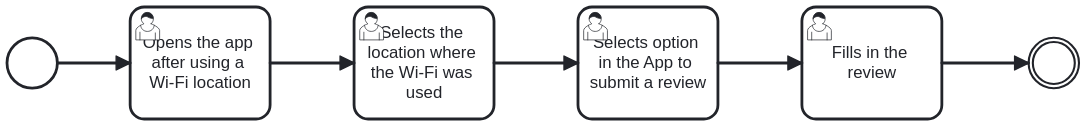
Earlier version of the BPMN export Documentation/UserJourneys/userJourney2.svg (RafaelFaisca32/LABDSOF). Its source is kept beside it as Documentation/UserJourneys/userJourney2.bpmn. Ids are renumbered.
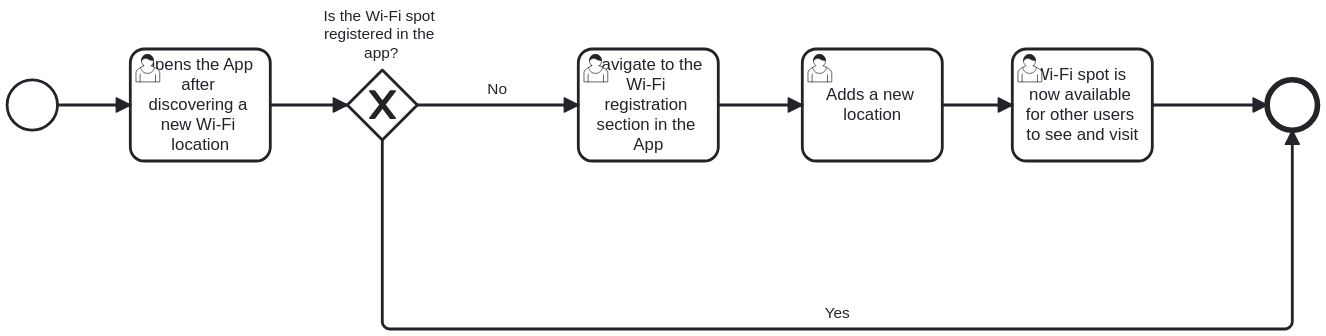
After the change.

Diff of the diagram source:
```diff
@@ -1,72 +1,102 @@
 <bpmn:definitions xmlns:xsi="http://www.w3.org/2001/XMLSchema-instance" xmlns:bpmn="http://www.omg.org/spec/BPMN/20100524/MODEL" xmlns:bpmndi="http://www.omg.org/spec/BPMN/20100524/DI" xmlns:dc="http://www.omg.org/spec/DD/20100524/DC" xmlns:di="http://www.omg.org/spec/DD/20100524/DI" id="Definitions_n1" targetNamespace="http://bpmn.io/schema/bpmn" exporter="bpmn-js (https://demo.bpmn.io)" exporterVersion="17.11.1">
   <bpmn:process id="Process_n2" isExecutable="false">
-    <bpmn:startEvent id="Event_n3">
-      <bpmn:outgoing>Flow_n4</bpmn:outgoing>
+    <bpmn:startEvent id="Event_n14">
+      <bpmn:outgoing>Flow_n15</bpmn:outgoing>
     </bpmn:startEvent>
-    <bpmn:sequenceFlow id="Flow_n4" sourceRef="Event_n3" targetRef="Activity_n5" />
-    <bpmn:sequenceFlow id="Flow_n6" sourceRef="Activity_n5" targetRef="Activity_n7" />
-    <bpmn:sequenceFlow id="Flow_n8" sourceRef="Activity_n7" targetRef="Activity_n9" />
-    <bpmn:sequenceFlow id="Flow_n10" sourceRef="Activity_n9" targetRef="Activity_n11" />
-    <bpmn:intermediateThrowEvent id="Event_n12">
-      <bpmn:incoming>Flow_n13</bpmn:incoming>
-    </bpmn:intermediateThrowEvent>
-    <bpmn:sequenceFlow id="Flow_n13" sourceRef="Activity_n11" targetRef="Event_n12" />
-    <bpmn:userTask id="Activity_n5" name="Opens the app after using a Wi-Fi location">
-      <bpmn:incoming>Flow_n4</bpmn:incoming>
-      <bpmn:outgoing>Flow_n6</bpmn:outgoing>
+    <bpmn:sequenceFlow id="Flow_n15" sourceRef="Event_n14" targetRef="Activity_n16" />
+    <bpmn:sequenceFlow id="Flow_n17" sourceRef="Activity_n18" targetRef="Activity_n19" />
+    <bpmn:sequenceFlow id="Flow_n20" sourceRef="Activity_n19" targetRef="Activity_n21" />
+    <bpmn:userTask id="Activity_n16" name="Opens the App after discovering a new Wi-Fi location">
+      <bpmn:incoming>Flow_n15</bpmn:incoming>
+      <bpmn:outgoing>Flow_n22</bpmn:outgoing>
     </bpmn:userTask>
-    <bpmn:userTask id="Activity_n7" name="Selects the location where the Wi-Fi was used">
-      <bpmn:incoming>Flow_n6</bpmn:incoming>
-      <bpmn:outgoing>Flow_n8</bpmn:outgoing>
+    <bpmn:userTask id="Activity_n18" name="Navigate to the Wi-Fi registration section in the App">
+      <bpmn:incoming>Flow_n23</bpmn:incoming>
+      <bpmn:outgoing>Flow_n17</bpmn:outgoing>
     </bpmn:userTask>
-    <bpmn:userTask id="Activity_n9" name="Selects option in the App to submit a review">
-      <bpmn:incoming>Flow_n8</bpmn:incoming>
-      <bpmn:outgoing>Flow_n10</bpmn:outgoing>
+    <bpmn:userTask id="Activity_n19" name="Adds a new location">
+      <bpmn:incoming>Flow_n17</bpmn:incoming>
+      <bpmn:outgoing>Flow_n20</bpmn:outgoing>
     </bpmn:userTask>
-    <bpmn:userTask id="Activity_n11" name="Fills in the review">
-      <bpmn:incoming>Flow_n10</bpmn:incoming>
-      <bpmn:outgoing>Flow_n13</bpmn:outgoing>
+    <bpmn:userTask id="Activity_n21" name="Wi-Fi spot is now available for other users to see and visit">
+      <bpmn:incoming>Flow_n20</bpmn:incoming>
+      <bpmn:outgoing>Flow_n24</bpmn:outgoing>
     </bpmn:userTask>
+    <bpmn:sequenceFlow id="Flow_n24" sourceRef="Activity_n21" targetRef="Event_n25" />
+    <bpmn:exclusiveGateway id="Gateway_n26" name="Is the Wi-Fi spot registered in the app?">
+      <bpmn:incoming>Flow_n22</bpmn:incoming>
+      <bpmn:outgoing>Flow_n23</bpmn:outgoing>
+      <bpmn:outgoing>Flow_n27</bpmn:outgoing>
+    </bpmn:exclusiveGateway>
+    <bpmn:sequenceFlow id="Flow_n22" sourceRef="Activity_n16" targetRef="Gateway_n26" />
+    <bpmn:sequenceFlow id="Flow_n23" name="No" sourceRef="Gateway_n26" targetRef="Activity_n18" />
+    <bpmn:endEvent id="Event_n25">
+      <bpmn:incoming>Flow_n24</bpmn:incoming>
+      <bpmn:incoming>Flow_n27</bpmn:incoming>
+    </bpmn:endEvent>
+    <bpmn:sequenceFlow id="Flow_n27" name="Yes" sourceRef="Gateway_n26" targetRef="Event_n25" />
   </bpmn:process>
   <bpmndi:BPMNDiagram id="BPMNDiagram_1">
     <bpmndi:BPMNPlane id="BPMNPlane_1" bpmnElement="Process_n2">
-      <bpmndi:BPMNShape id="Event_n3_di" bpmnElement="Event_n3">
-        <dc:Bounds x="152" y="102" width="36" height="36" />
+      <bpmndi:BPMNShape id="Event_n14_di" bpmnElement="Event_n14">
+        <dc:Bounds x="152" y="142" width="36" height="36" />
       </bpmndi:BPMNShape>
-      <bpmndi:BPMNShape id="Event_n12_di" bpmnElement="Event_n12">
-        <dc:Bounds x="882" y="102" width="36" height="36" />
+      <bpmndi:BPMNShape id="Activity_0u49rm8_di" bpmnElement="Activity_n16">
+        <dc:Bounds x="240" y="120" width="100" height="80" />
       </bpmndi:BPMNShape>
-      <bpmndi:BPMNShape id="Activity_0dp7xum_di" bpmnElement="Activity_n5">
-        <dc:Bounds x="240" y="80" width="100" height="80" />
+      <bpmndi:BPMNShape id="Activity_01ao8hb_di" bpmnElement="Activity_n18">
+        <dc:Bounds x="560" y="120" width="100" height="80" />
       </bpmndi:BPMNShape>
-      <bpmndi:BPMNShape id="Activity_14r7ka3_di" bpmnElement="Activity_n7">
-        <dc:Bounds x="400" y="80" width="100" height="80" />
+      <bpmndi:BPMNShape id="Activity_02cxa4c_di" bpmnElement="Activity_n19">
+        <dc:Bounds x="720" y="120" width="100" height="80" />
       </bpmndi:BPMNShape>
-      <bpmndi:BPMNShape id="Activity_0843uqd_di" bpmnElement="Activity_n9">
-        <dc:Bounds x="560" y="80" width="100" height="80" />
+      <bpmndi:BPMNShape id="Activity_173qcfv_di" bpmnElement="Activity_n21">
+        <dc:Bounds x="870" y="120" width="100" height="80" />
       </bpmndi:BPMNShape>
-      <bpmndi:BPMNShape id="Activity_0kjheih_di" bpmnElement="Activity_n11">
-        <dc:Bounds x="720" y="80" width="100" height="80" />
+      <bpmndi:BPMNShape id="Gateway_n26_di" bpmnElement="Gateway_n26" isMarkerVisible="true">
+        <dc:Bounds x="395" y="135" width="50" height="50" />
+        <bpmndi:BPMNLabel>
+          <dc:Bounds x="378" y="90" width="83" height="40" />
+        </bpmndi:BPMNLabel>
       </bpmndi:BPMNShape>
-      <bpmndi:BPMNEdge id="Flow_n4_di" bpmnElement="Flow_n4">
-        <di:waypoint x="188" y="120" />
-        <di:waypoint x="240" y="120" />
+      <bpmndi:BPMNShape id="Event_n25_di" bpmnElement="Event_n25">
+        <dc:Bounds x="1052" y="142" width="36" height="36" />
+      </bpmndi:BPMNShape>
+      <bpmndi:BPMNEdge id="Flow_n15_di" bpmnElement="Flow_n15">
+        <di:waypoint x="188" y="160" />
+        <di:waypoint x="240" y="160" />
       </bpmndi:BPMNEdge>
-      <bpmndi:BPMNEdge id="Flow_n6_di" bpmnElement="Flow_n6">
-        <di:waypoint x="340" y="120" />
-        <di:waypoint x="400" y="120" />
+      <bpmndi:BPMNEdge id="Flow_n17_di" bpmnElement="Flow_n17">
+        <di:waypoint x="660" y="160" />
+        <di:waypoint x="720" y="160" />
       </bpmndi:BPMNEdge>
-      <bpmndi:BPMNEdge id="Flow_n8_di" bpmnElement="Flow_n8">
-        <di:waypoint x="500" y="120" />
-        <di:waypoint x="560" y="120" />
+      <bpmndi:BPMNEdge id="Flow_n20_di" bpmnElement="Flow_n20">
+        <di:waypoint x="820" y="160" />
+        <di:waypoint x="870" y="160" />
       </bpmndi:BPMNEdge>
-      <bpmndi:BPMNEdge id="Flow_n10_di" bpmnElement="Flow_n10">
-        <di:waypoint x="660" y="120" />
-        <di:waypoint x="720" y="120" />
+      <bpmndi:BPMNEdge id="Flow_n24_di" bpmnElement="Flow_n24">
+        <di:waypoint x="970" y="160" />
+        <di:waypoint x="1052" y="160" />
       </bpmndi:BPMNEdge>
-      <bpmndi:BPMNEdge id="Flow_n13_di" bpmnElement="Flow_n13">
-        <di:waypoint x="820" y="120" />
-        <di:waypoint x="882" y="120" />
+      <bpmndi:BPMNEdge id="Flow_n22_di" bpmnElement="Flow_n22">
+        <di:waypoint x="340" y="160" />
+        <di:waypoint x="395" y="160" />
+      </bpmndi:BPMNEdge>
+      <bpmndi:BPMNEdge id="Flow_n27_di" bpmnElement="Flow_n27">
+        <di:waypoint x="420" y="185" />
+        <di:waypoint x="420" y="320" />
+        <di:waypoint x="1070" y="320" />
+        <di:waypoint x="1070" y="178" />
+        <bpmndi:BPMNLabel>
+          <dc:Bounds x="736" y="302" width="18" height="14" />
+        </bpmndi:BPMNLabel>
+      </bpmndi:BPMNEdge>
+      <bpmndi:BPMNEdge id="Flow_n23_di" bpmnElement="Flow_n23">
+        <di:waypoint x="445" y="160" />
+        <di:waypoint x="560" y="160" />
+        <bpmndi:BPMNLabel>
+          <dc:Bounds x="495" y="142" width="15" height="14" />
+        </bpmndi:BPMNLabel>
       </bpmndi:BPMNEdge>
     </bpmndi:BPMNPlane>
   </bpmndi:BPMNDiagram>
```
